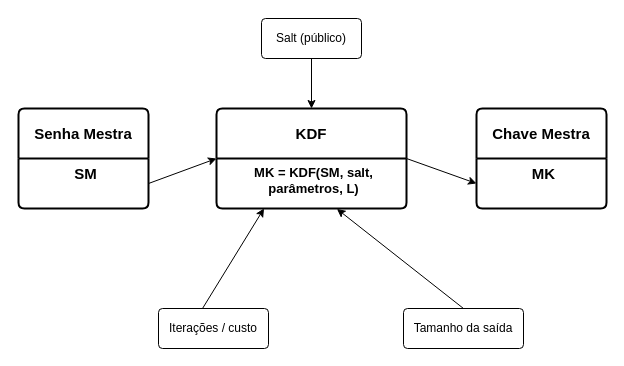
Earlier version of the draw.io diagram conceitos/img/kdf.drawio (abreuferr/criptografia). Source tidied: cells renumbered, new cells numbered last; positions are measured from the earlier drawing's top-left corner, leaving out a move shared by most shapes. Both pictures are drawn from the tidied source at 100%, with x=0, y=0 at pixel (18, 18).
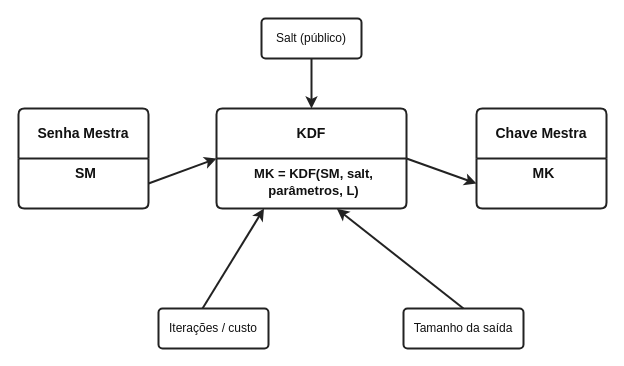
The same diagram, later.

Change to the diagram source:
```diff
@@
 <mxGraphModel>
   <root>
     <mxCell id="0" />
     <mxCell id="1" parent="0" />
-    <mxCell id="2" value="&lt;b&gt;&lt;font style=&quot;font-size: 15px;&quot;&gt;KDF&lt;/font&gt;&lt;/b&gt;" style="swimlane;horizontal=1;startSize=50;rounded=1;fontSize=14;fontStyle=0;strokeWidth=2;shadow=0;dashed=0;align=center;arcSize=4;whiteSpace=wrap;html=1;" parent="1" vertex="1">
+    <mxCell id="2" value="&lt;b&gt;&lt;font style=&quot;font-size:14px;&quot;&gt;KDF&lt;/font&gt;&lt;/b&gt;" style="swimlane;horizontal=1;startSize=50;rounded=1;fontSize=14;fontStyle=0;strokeWidth=2;shadow=0;dashed=0;align=center;arcSize=4;whiteSpace=wrap;html=1;fillColor=none;strokeColor=#222222;fontColor=#111111;fontFamily=Helvetica;" parent="1" vertex="1">
       <mxGeometry x="198" y="90" width="190" height="100" as="geometry" />
     </mxCell>
-    <mxCell id="3" value="&lt;b&gt;&lt;font style=&quot;font-size: 13px;&quot;&gt;MK = KDF(SM, salt,&lt;br&gt;parâmetros, L)&lt;/font&gt;&lt;/b&gt;" style="align=center;strokeColor=none;fillColor=none;spacingLeft=4;fontSize=12;verticalAlign=top;html=1;" parent="2" vertex="1">
+    <mxCell id="3" value="&lt;b&gt;&lt;font style=&quot;font-size: 13px;&quot;&gt;MK = KDF(SM, salt,&lt;br&gt;parâmetros, L)&lt;/font&gt;&lt;/b&gt;" style="align=center;strokeColor=none;fillColor=none;spacingLeft=4;fontSize=14;verticalAlign=top;html=1;fontColor=#111111;fontFamily=Helvetica;" parent="2" vertex="1">
       <mxGeometry y="50" width="190" height="50" as="geometry" />
     </mxCell>
-    <mxCell id="4" value="&lt;b&gt;&lt;font style=&quot;font-size: 15px;&quot;&gt;Senha Mestra&lt;/font&gt;&lt;/b&gt;" style="swimlane;horizontal=1;startSize=50;rounded=1;fontSize=14;fontStyle=0;strokeWidth=2;shadow=0;dashed=0;align=center;arcSize=4;whiteSpace=wrap;html=1;" parent="1" vertex="1">
+    <mxCell id="4" value="&lt;b&gt;&lt;font style=&quot;font-size:14px;&quot;&gt;Senha Mestra&lt;/font&gt;&lt;/b&gt;" style="swimlane;horizontal=1;startSize=50;rounded=1;fontSize=14;fontStyle=0;strokeWidth=2;shadow=0;dashed=0;align=center;arcSize=4;whiteSpace=wrap;html=1;fillColor=none;strokeColor=#222222;fontColor=#111111;fontFamily=Helvetica;" parent="1" vertex="1">
       <mxGeometry y="90" width="130" height="100" as="geometry" />
     </mxCell>
-    <mxCell id="5" value="&lt;b&gt;&lt;font style=&quot;font-size: 15px;&quot;&gt;SM&lt;/font&gt;&lt;/b&gt;" style="align=center;strokeColor=none;fillColor=none;spacingLeft=4;fontSize=12;verticalAlign=top;html=1;" parent="4" vertex="1">
+    <mxCell id="5" value="&lt;b&gt;&lt;font style=&quot;font-size:14px;&quot;&gt;SM&lt;/font&gt;&lt;/b&gt;" style="align=center;strokeColor=none;fillColor=none;spacingLeft=4;fontSize=14;verticalAlign=top;html=1;fontColor=#111111;fontFamily=Helvetica;" parent="4" vertex="1">
       <mxGeometry y="50" width="130" height="50" as="geometry" />
     </mxCell>
-    <mxCell id="6" value="&lt;b&gt;&lt;font style=&quot;font-size: 15px;&quot;&gt;Chave Mestra&lt;/font&gt;&lt;/b&gt;" style="swimlane;horizontal=1;startSize=50;rounded=1;fontSize=14;fontStyle=0;strokeWidth=2;shadow=0;dashed=0;align=center;arcSize=4;whiteSpace=wrap;html=1;" parent="1" vertex="1">
+    <mxCell id="6" value="&lt;b&gt;&lt;font style=&quot;font-size:14px;&quot;&gt;Chave Mestra&lt;/font&gt;&lt;/b&gt;" style="swimlane;horizontal=1;startSize=50;rounded=1;fontSize=14;fontStyle=0;strokeWidth=2;shadow=0;dashed=0;align=center;arcSize=4;whiteSpace=wrap;html=1;fillColor=none;strokeColor=#222222;fontColor=#111111;fontFamily=Helvetica;" parent="1" vertex="1">
       <mxGeometry x="458" y="90" width="130" height="100" as="geometry" />
     </mxCell>
-    <mxCell id="7" value="&lt;b&gt;&lt;font style=&quot;font-size: 15px;&quot;&gt;MK&lt;/font&gt;&lt;/b&gt;" style="align=center;strokeColor=none;fillColor=none;spacingLeft=4;fontSize=12;verticalAlign=top;html=1;" parent="6" vertex="1">
+    <mxCell id="7" value="&lt;b&gt;&lt;font style=&quot;font-size:14px;&quot;&gt;MK&lt;/font&gt;&lt;/b&gt;" style="align=center;strokeColor=none;fillColor=none;spacingLeft=4;fontSize=14;verticalAlign=top;html=1;fontColor=#111111;fontFamily=Helvetica;" parent="6" vertex="1">
       <mxGeometry y="50" width="130" height="50" as="geometry" />
     </mxCell>
-    <mxCell id="8" style="endArrow=classic;html=1;rounded=0;exitX=1;exitY=0.5;exitDx=0;exitDy=0;entryX=0;entryY=0.5;entryDx=0;entryDy=0;" parent="1" edge="1" source="5" target="2">
+    <mxCell id="8" style="endArrow=classic;html=1;rounded=0;exitX=1;exitY=0.5;exitDx=0;exitDy=0;entryX=0;entryY=0.5;entryDx=0;entryDy=0;strokeColor=#222222;strokeWidth=2;fontColor=#111111;fontFamily=Helvetica;" parent="1" edge="1" source="5" target="2">
       <mxGeometry relative="1" as="geometry" />
     </mxCell>
-    <mxCell id="9" style="endArrow=classic;html=1;rounded=0;exitX=1;exitY=0.5;exitDx=0;exitDy=0;entryX=0;entryY=0.5;entryDx=0;entryDy=0;" parent="1" edge="1" source="2" target="7">
+    <mxCell id="9" style="endArrow=classic;html=1;rounded=0;exitX=1;exitY=0.5;exitDx=0;exitDy=0;entryX=0;entryY=0.5;entryDx=0;entryDy=0;strokeColor=#222222;strokeWidth=2;fontColor=#111111;fontFamily=Helvetica;" parent="1" edge="1" source="2" target="7">
       <mxGeometry relative="1" as="geometry" />
     </mxCell>
-    <mxCell id="10" value="Iterações / custo" style="rounded=1;arcSize=10;whiteSpace=wrap;html=1;align=center;" parent="1" vertex="1">
+    <mxCell id="10" value="Iterações / custo" style="rounded=1;arcSize=10;whiteSpace=wrap;html=1;align=center;fillColor=#ffffff;strokeColor=#222222;strokeWidth=2;fontColor=#111111;fontFamily=Helvetica;" parent="1" vertex="1">
       <mxGeometry x="140" y="290" width="110" height="40" as="geometry" />
     </mxCell>
-    <mxCell id="11" value="Tamanho da saída" style="rounded=1;arcSize=10;whiteSpace=wrap;html=1;align=center;" parent="1" vertex="1">
+    <mxCell id="11" value="Tamanho da saída" style="rounded=1;arcSize=10;whiteSpace=wrap;html=1;align=center;fillColor=#ffffff;strokeColor=#222222;strokeWidth=2;fontColor=#111111;fontFamily=Helvetica;" parent="1" vertex="1">
       <mxGeometry x="385" y="290" width="120" height="40" as="geometry" />
     </mxCell>
-    <mxCell id="12" value="Salt (público)" style="rounded=1;arcSize=10;whiteSpace=wrap;html=1;align=center;" parent="1" vertex="1">
+    <mxCell id="12" value="Salt (público)" style="rounded=1;arcSize=10;whiteSpace=wrap;html=1;align=center;fillColor=#ffffff;strokeColor=#222222;strokeWidth=2;fontColor=#111111;fontFamily=Helvetica;" parent="1" vertex="1">
       <mxGeometry x="243" width="100" height="40" as="geometry" />
     </mxCell>
-    <mxCell id="13" style="endArrow=classic;html=1;rounded=0;exitX=0.4;exitY=0;exitDx=0;exitDy=0;exitPerimeter=0;entryX=0.25;entryY=1;entryDx=0;entryDy=0;" parent="1" edge="1" source="10" target="3">
+    <mxCell id="13" style="endArrow=classic;html=1;rounded=0;exitX=0.4;exitY=0;exitDx=0;exitDy=0;exitPerimeter=0;entryX=0.25;entryY=1;entryDx=0;entryDy=0;strokeColor=#222222;strokeWidth=2;fontColor=#111111;fontFamily=Helvetica;" parent="1" edge="1" source="10" target="3">
       <mxGeometry relative="1" as="geometry" />
     </mxCell>
-    <mxCell id="14" style="endArrow=classic;html=1;rounded=0;exitX=0.5;exitY=0;exitDx=0;exitDy=0;entryX=0.634;entryY=1.009;entryDx=0;entryDy=0;entryPerimeter=0;" parent="1" edge="1" source="11" target="3">
+    <mxCell id="14" style="endArrow=classic;html=1;rounded=0;exitX=0.5;exitY=0;exitDx=0;exitDy=0;entryX=0.634;entryY=1.009;entryDx=0;entryDy=0;entryPerimeter=0;strokeColor=#222222;strokeWidth=2;fontColor=#111111;fontFamily=Helvetica;" parent="1" edge="1" source="11" target="3">
       <mxGeometry relative="1" as="geometry" />
     </mxCell>
-    <mxCell id="15" style="endArrow=classic;html=1;rounded=0;entryX=0.5;entryY=0;entryDx=0;entryDy=0;exitX=0.5;exitY=1;exitDx=0;exitDy=0;" parent="1" edge="1" source="12" target="2">
+    <mxCell id="15" style="endArrow=classic;html=1;rounded=0;entryX=0.5;entryY=0;entryDx=0;entryDy=0;exitX=0.5;exitY=1;exitDx=0;exitDy=0;strokeColor=#222222;strokeWidth=2;fontColor=#111111;fontFamily=Helvetica;" parent="1" edge="1" source="12" target="2">
       <mxGeometry relative="1" as="geometry" />
     </mxCell>
   </root>
 </mxGraphModel>
```
